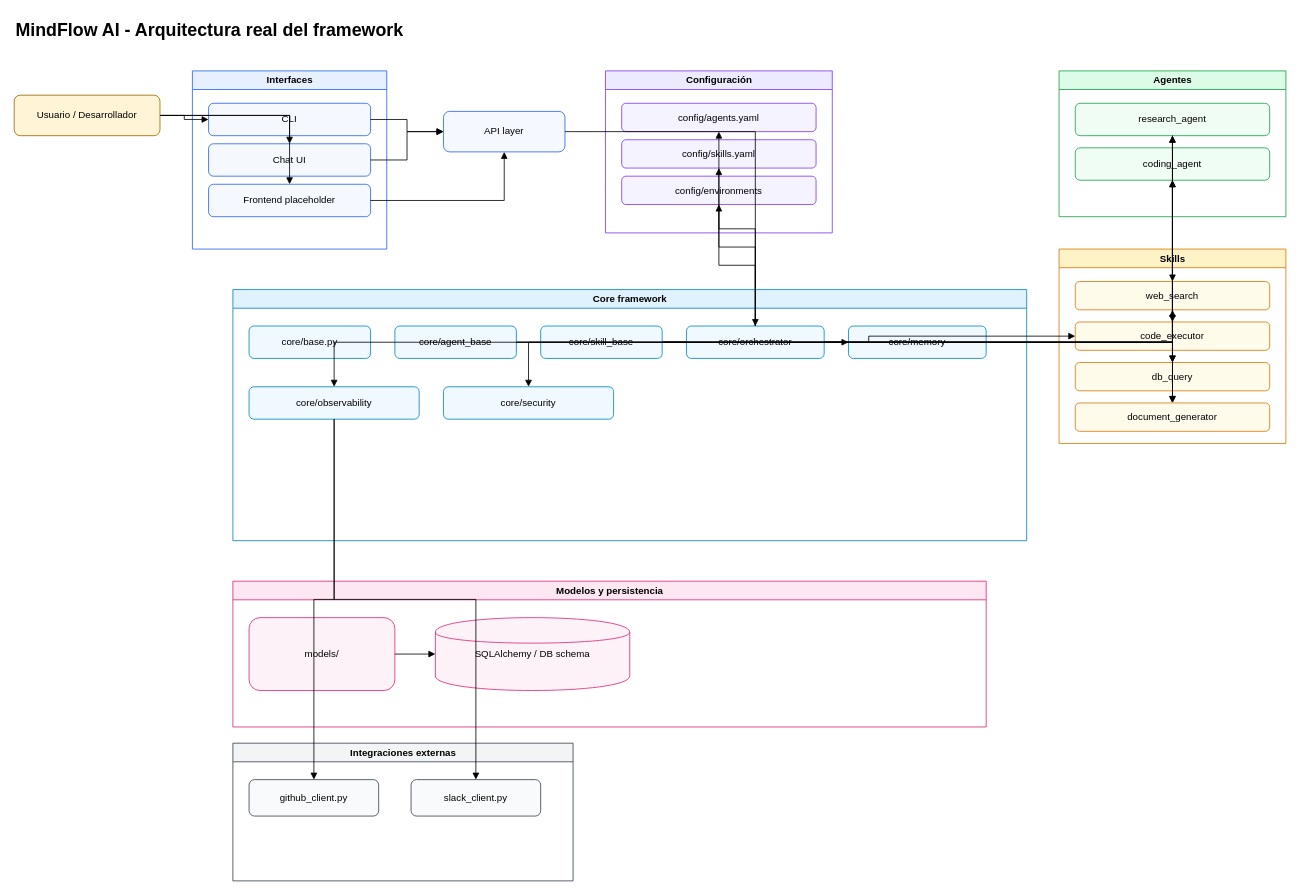
Above: mi-framework-ia/docs/diagrama_componentes_mindflow.drawio in EdwarIbague23/MindAI (draw.io), before the change. Source tidied: cells renumbered, new cells numbered last; positions are measured from the earlier drawing's top-left corner, leaving out a move shared by most shapes. Both pictures are drawn from the tidied source at 81%, with x=0, y=0 at pixel (14, 14).
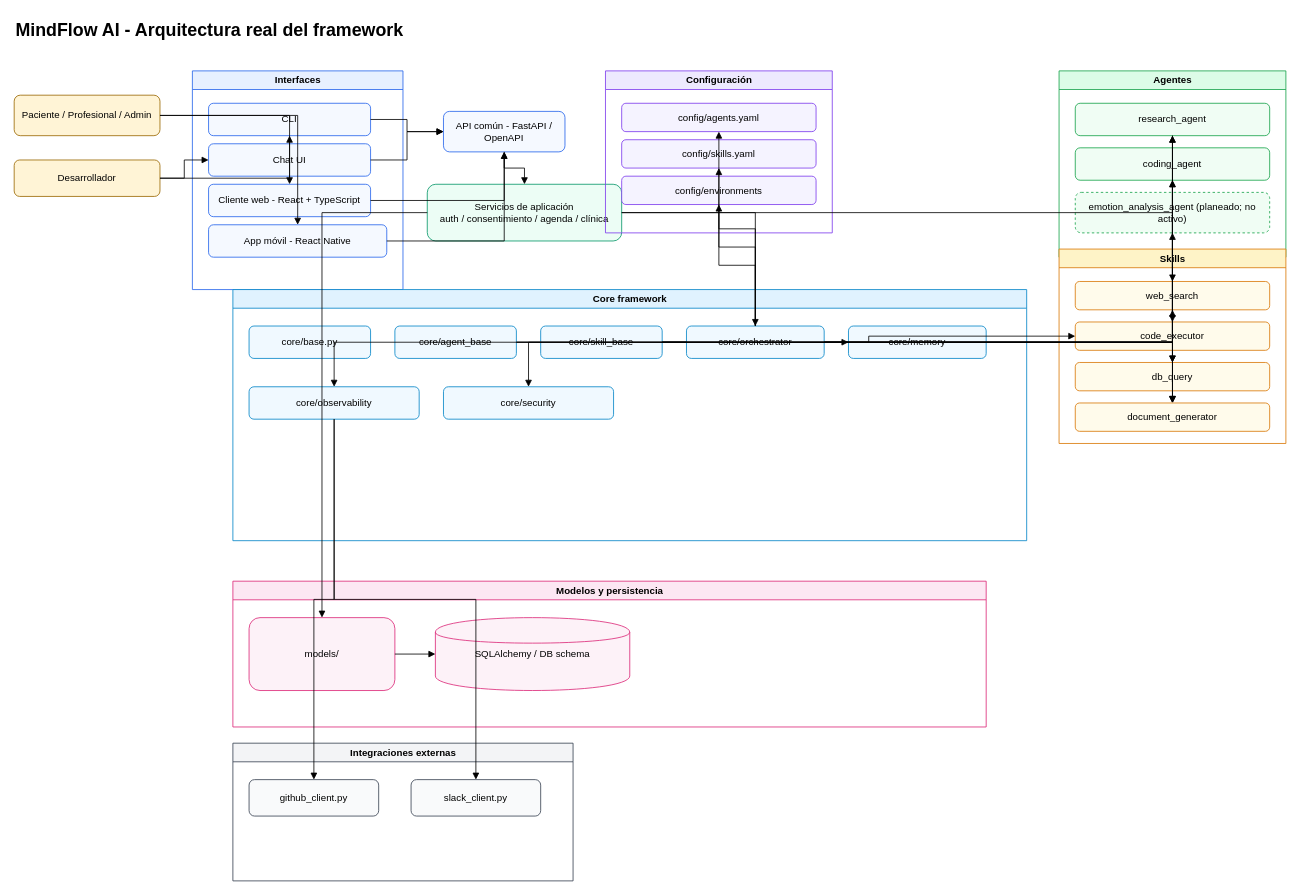
After the change.

Unchanged cells that the change refers to:
```xml
<mxCell id="5" value="CLI" style="rounded=1;whiteSpace=wrap;html=1;fillColor=#f5f9ff;strokeColor=#2563eb;" parent="4" vertex="1">
  <mxGeometry x="20" y="40" width="200" height="40" as="geometry" />
</mxCell>
<mxCell id="6" value="Chat UI" style="rounded=1;whiteSpace=wrap;html=1;fillColor=#f5f9ff;strokeColor=#2563eb;" parent="4" vertex="1">
  <mxGeometry x="20" y="90" width="200" height="40" as="geometry" />
</mxCell>
<mxCell id="17" value="core/orchestrator" style="rounded=1;whiteSpace=wrap;html=1;fillColor=#f0f9ff;strokeColor=#0284c7;" parent="13" vertex="1">
  <mxGeometry x="560" y="45" width="170" height="40" as="geometry" />
</mxCell>
<mxCell id="28" value="document_generator" style="rounded=1;whiteSpace=wrap;html=1;fillColor=#fffbeb;strokeColor=#d97706;" parent="24" vertex="1">
  <mxGeometry x="20" y="190" width="240" height="35" as="geometry" />
</mxCell>
<mxCell id="30" value="models/" style="rounded=1;whiteSpace=wrap;html=1;fillColor=#fdf2f8;strokeColor=#db2777;" parent="29" vertex="1">
  <mxGeometry x="20" y="45" width="180" height="90" as="geometry" />
</mxCell>
```

Diff of the diagram source:
```diff
@@
-    <mxCell id="3" value="Usuario / Desarrollador" style="rounded=1;whiteSpace=wrap;html=1;fillColor=#fff4d6;strokeColor=#9a6700;" parent="1" vertex="1">
+    <mxCell id="3" value="Paciente / Profesional / Admin" style="rounded=1;whiteSpace=wrap;html=1;fillColor=#fff4d6;strokeColor=#9a6700;" parent="1" vertex="1">
       <mxGeometry y="100" width="180" height="50" as="geometry" />
     </mxCell>
+    <mxCell id="63" value="Desarrollador" style="rounded=1;whiteSpace=wrap;html=1;fillColor=#fff4d6;strokeColor=#9a6700;" parent="1" vertex="1">
+      <mxGeometry y="180" width="180" height="45" as="geometry" />
+    </mxCell>
     <mxCell id="4" value="Interfaces" style="swimlane;html=1;rounded=0;fillColor=#e7f0ff;strokeColor=#2563eb;fontStyle=1;" parent="1" vertex="1">
-      <mxGeometry x="220" y="70" width="240" height="220" as="geometry" />
+      <mxGeometry x="220" y="70" width="260" height="270" as="geometry" />
     </mxCell>
@@
-    <mxCell id="7" value="Frontend placeholder" style="rounded=1;whiteSpace=wrap;html=1;fillColor=#f5f9ff;strokeColor=#2563eb;" parent="4" vertex="1">
-      <mxGeometry x="20" y="140" width="200" height="40" as="geometry" />
-    </mxCell>
+    <mxCell id="64" value="Cliente web - React + TypeScript" style="rounded=1;whiteSpace=wrap;html=1;fillColor=#f5f9ff;strokeColor=#2563eb;" parent="4" vertex="1">
+      <mxGeometry x="20" y="140" width="200" height="40" as="geometry" />
+    </mxCell>
+    <mxCell id="65" value="App móvil - React Native" style="rounded=1;whiteSpace=wrap;html=1;fillColor=#f5f9ff;strokeColor=#2563eb;" parent="4" vertex="1">
+      <mxGeometry x="20" y="190" width="220" height="40" as="geometry" />
+    </mxCell>
-    <mxCell id="8" value="API layer" style="rounded=1;whiteSpace=wrap;html=1;fillColor=#f5f9ff;strokeColor=#2563eb;" parent="1" vertex="1">
+    <mxCell id="8" value="API común - FastAPI / OpenAPI" style="rounded=1;whiteSpace=wrap;html=1;fillColor=#f5f9ff;strokeColor=#2563eb;" parent="1" vertex="1">
       <mxGeometry x="530" y="120" width="150" height="50" as="geometry" />
     </mxCell>
+    <mxCell id="66" value="Servicios de aplicación&#10;auth / consentimiento / agenda / clínica" style="rounded=1;whiteSpace=wrap;html=1;fillColor=#ecfdf5;strokeColor=#059669;" parent="1" vertex="1">
+      <mxGeometry x="510" y="210" width="240" height="70" as="geometry" />
+    </mxCell>
@@
     <mxCell id="21" value="Agentes" style="swimlane;html=1;rounded=0;fillColor=#dcfce7;strokeColor=#16a34a;fontStyle=1;" parent="1" vertex="1">
-      <mxGeometry x="1290" y="70" width="280" height="180" as="geometry" />
+      <mxGeometry x="1290" y="70" width="280" height="230" as="geometry" />
     </mxCell>
@@
+    <mxCell id="67" value="emotion_analysis_agent (planeado; no activo)" style="rounded=1;whiteSpace=wrap;html=1;fillColor=#f0fdf4;strokeColor=#16a34a;dashed=1;" parent="21" vertex="1">
+      <mxGeometry x="20" y="150" width="240" height="50" as="geometry" />
+    </mxCell>
@@
-    <mxCell id="35" style="edgeStyle=orthogonalEdgeStyle;rounded=0;html=1;endArrow=block;" parent="1" edge="1" source="3" target="5">
+    <mxCell id="35" style="edgeStyle=orthogonalEdgeStyle;rounded=0;html=1;endArrow=block;" parent="1" edge="1" source="63" target="5">
       <mxGeometry relative="1" as="geometry" />
     </mxCell>
-    <mxCell id="36" style="edgeStyle=orthogonalEdgeStyle;rounded=0;html=1;endArrow=block;" parent="1" edge="1" source="3" target="6">
+    <mxCell id="36" style="edgeStyle=orthogonalEdgeStyle;rounded=0;html=1;endArrow=block;" parent="1" edge="1" source="63" target="6">
       <mxGeometry relative="1" as="geometry" />
     </mxCell>
-    <mxCell id="37" style="edgeStyle=orthogonalEdgeStyle;rounded=0;html=1;endArrow=block;" parent="1" edge="1" source="3" target="7">
+    <mxCell id="37" style="edgeStyle=orthogonalEdgeStyle;rounded=0;html=1;endArrow=block;" parent="1" edge="1" source="3" target="64">
       <mxGeometry relative="1" as="geometry" />
     </mxCell>
@@
-    <mxCell id="40" style="edgeStyle=orthogonalEdgeStyle;rounded=0;html=1;endArrow=block;" parent="1" edge="1" source="7" target="8">
+    <mxCell id="40" style="edgeStyle=orthogonalEdgeStyle;rounded=0;html=1;endArrow=block;" parent="1" edge="1" source="64" target="8">
       <mxGeometry relative="1" as="geometry" />
     </mxCell>
-    <mxCell id="41" style="edgeStyle=orthogonalEdgeStyle;rounded=0;html=1;endArrow=block;" parent="1" edge="1" source="8" target="17">
+    <mxCell id="41" style="edgeStyle=orthogonalEdgeStyle;rounded=0;html=1;endArrow=block;" parent="1" edge="1" source="8" target="66">
       <mxGeometry relative="1" as="geometry" />
     </mxCell>
@@
+    <mxCell id="68" style="edgeStyle=orthogonalEdgeStyle;rounded=0;html=1;endArrow=block;" parent="1" edge="1" source="3" target="65">
+      <mxGeometry relative="1" as="geometry" />
+    </mxCell>
+    <mxCell id="69" style="edgeStyle=orthogonalEdgeStyle;rounded=0;html=1;endArrow=block;" parent="1" edge="1" source="65" target="8">
+      <mxGeometry relative="1" as="geometry" />
+    </mxCell>
+    <mxCell id="70" style="edgeStyle=orthogonalEdgeStyle;rounded=0;html=1;endArrow=block;" parent="1" edge="1" source="66" target="17">
+      <mxGeometry relative="1" as="geometry" />
+    </mxCell>
+    <mxCell id="71" style="edgeStyle=orthogonalEdgeStyle;rounded=0;html=1;endArrow=block;" parent="1" edge="1" source="66" target="30">
+      <mxGeometry relative="1" as="geometry" />
+    </mxCell>
+    <mxCell id="72" style="edgeStyle=orthogonalEdgeStyle;rounded=0;html=1;endArrow=block;" parent="1" edge="1" source="66" target="28">
+      <mxGeometry relative="1" as="geometry" />
+    </mxCell>
+    <mxCell id="73" style="edgeStyle=orthogonalEdgeStyle;rounded=0;html=1;endArrow=block;" parent="1" edge="1" source="17" target="67">
+      <mxGeometry relative="1" as="geometry" />
+    </mxCell>
```
